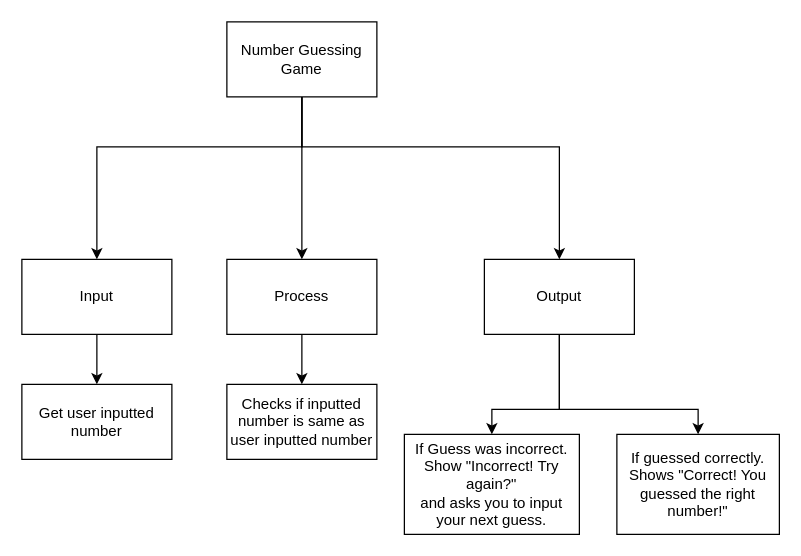
This is Number Guessing (Top-Down).drawio from Dahrio-Francois/ICS3U-Unit3-02-Python2, a draw.io file, before an edit. Source tidied: cells renumbered, new cells numbered last; positions are measured from the earlier drawing's top-left corner, leaving out a move shared by most shapes. Both pictures are drawn from the tidied source at 125%, with x=0, y=0 at pixel (21, 21).
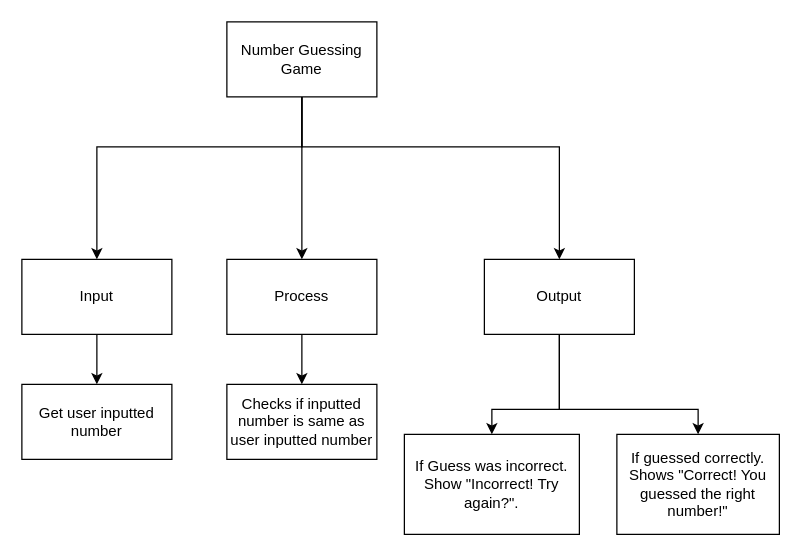
Above is the later version.

Commit message (it also covers changes not shown here):
made changes to Top-Down design

Change to the diagram source:
```diff
@@
-    <mxCell id="16" value="If Guess was incorrect.&lt;br&gt;Show &quot;Incorrect! Try again?&quot;&lt;br&gt;and asks you to input your next guess." style="rounded=0;whiteSpace=wrap;html=1;" parent="1" vertex="1">
+    <mxCell id="16" value="If Guess was incorrect.&lt;br&gt;Show &quot;Incorrect! Try again?&quot;." style="rounded=0;whiteSpace=wrap;html=1;" parent="1" vertex="1">
       <mxGeometry x="306" y="330" width="140" height="80" as="geometry" />
     </mxCell>
```
